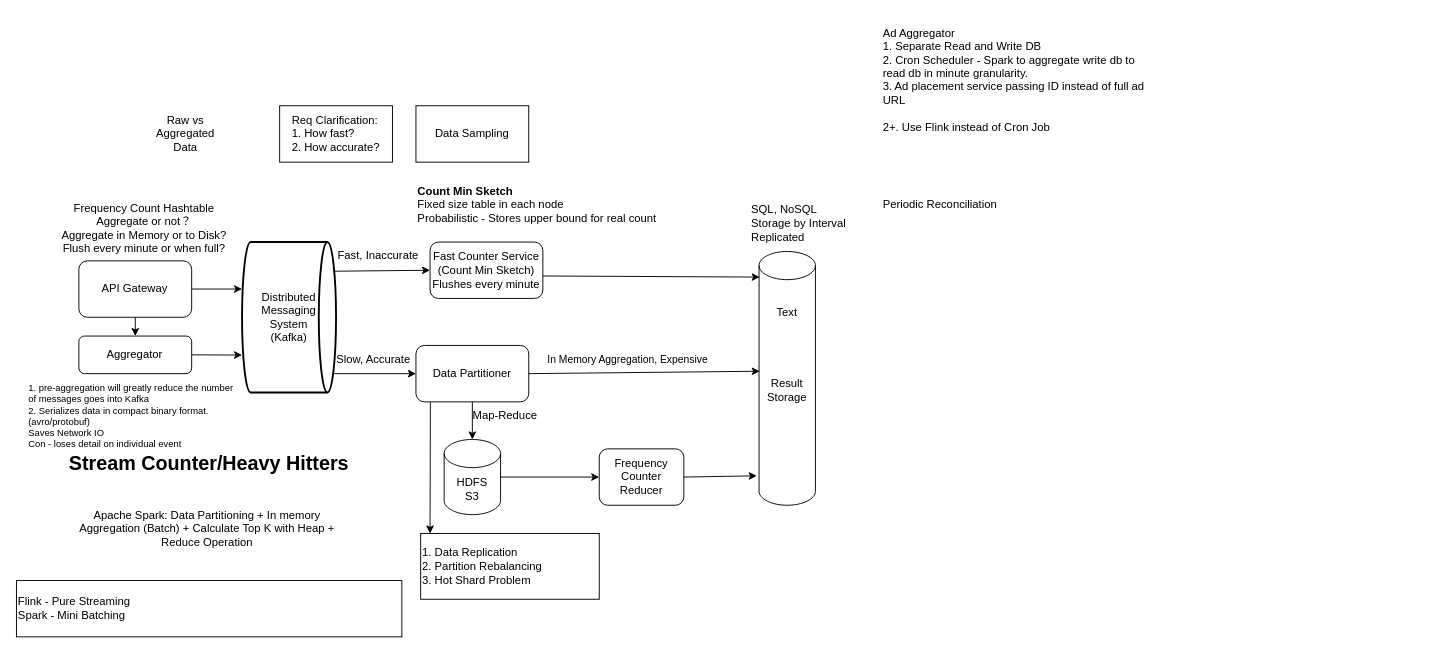
Before: 4_TopK.drawio in xwq172677170/SysdDiagram, a draw.io diagram. Source tidied: cells renumbered, new cells numbered last; positions are measured from the earlier drawing's top-left corner, leaving out a move shared by most shapes. Both pictures are drawn from the tidied source at 94%, with x=0, y=0 at pixel (16, 35).
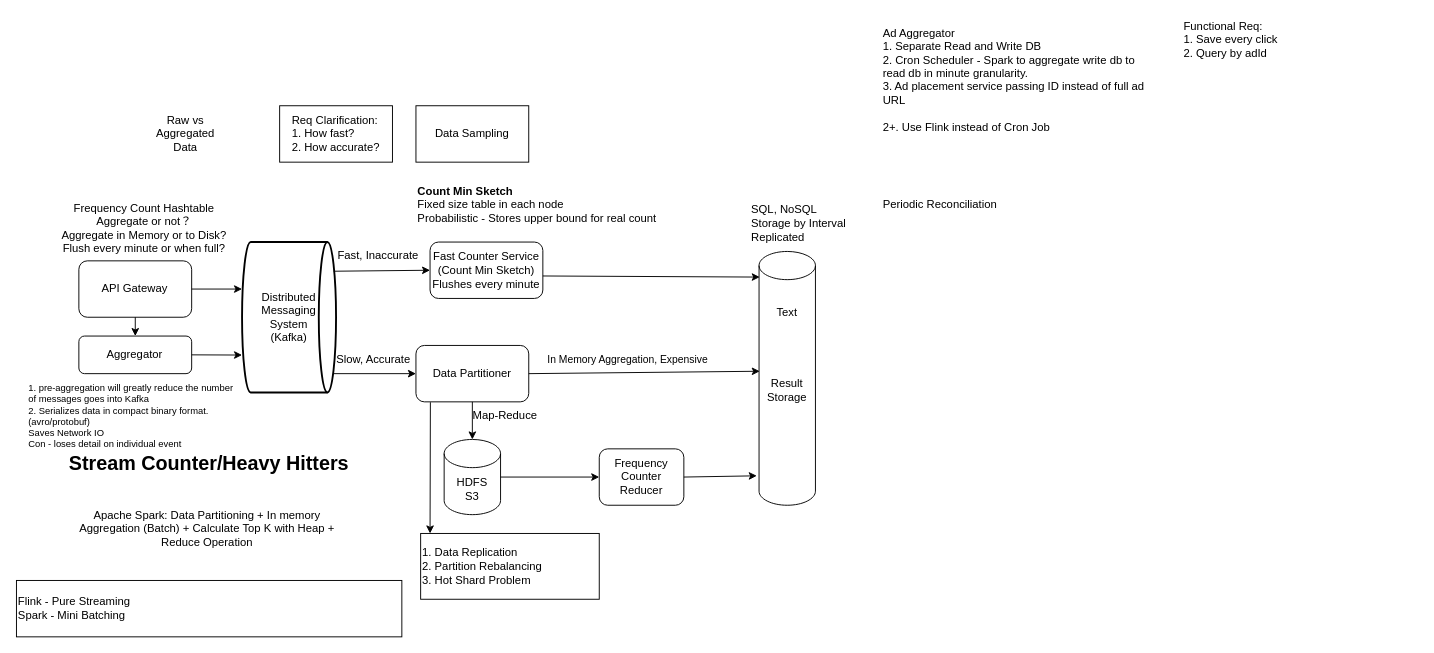
After the change.

Change to the diagram source:
```diff
@@
+    <mxCell id="39" value="Functional Req:&lt;div&gt;1. Save every click&lt;/div&gt;&lt;div&gt;2. Query by adId&lt;/div&gt;" style="text;html=1;whiteSpace=wrap;strokeColor=none;fillColor=none;align=left;verticalAlign=middle;rounded=0;" parent="1" vertex="1">
+      <mxGeometry x="1240" y="-20" width="250" height="50" as="geometry" />
+    </mxCell>
```
